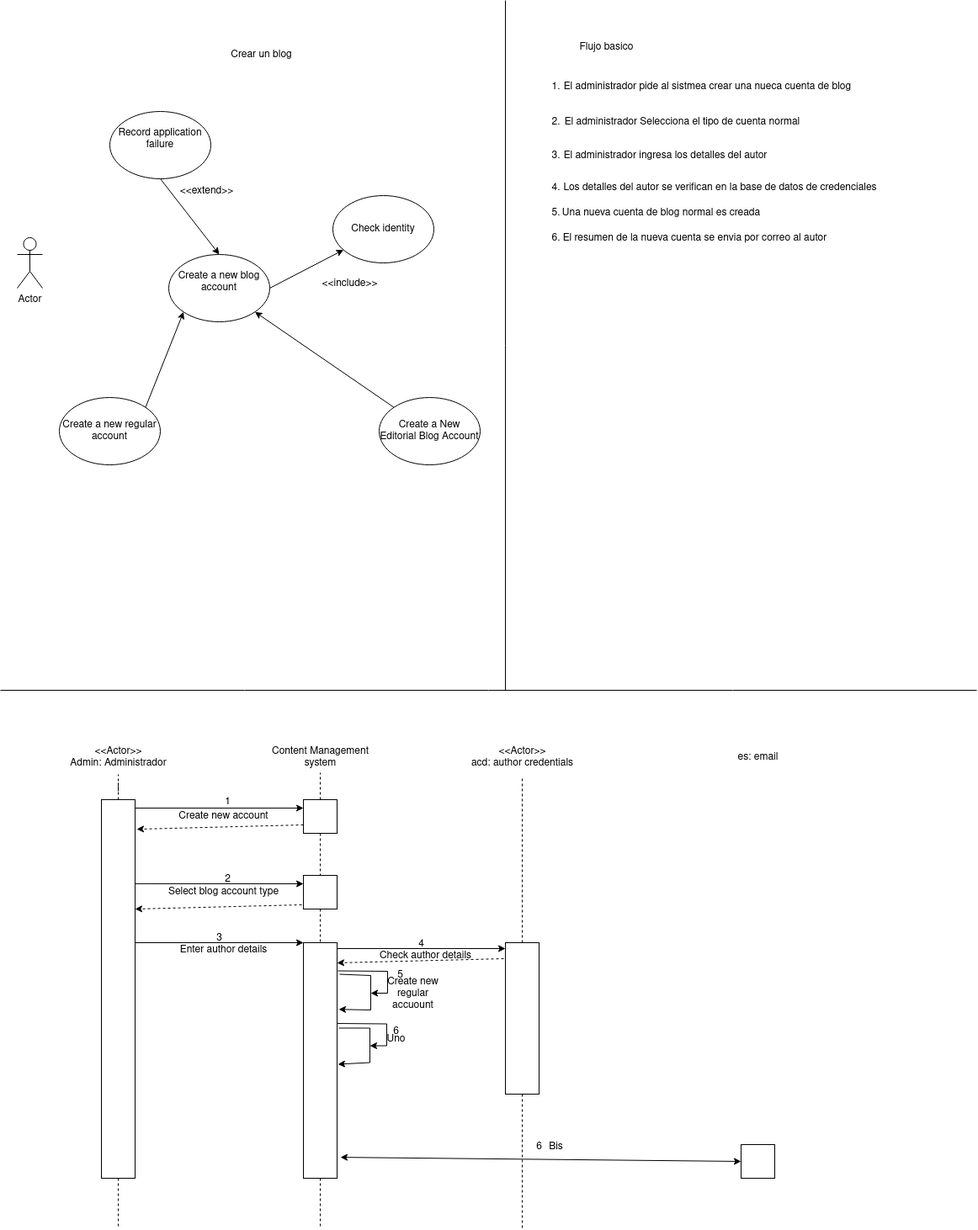
This is DSejemplo.drawio.png from GermanOjeda/Tarea-ETS, a draw.io export, as it was before one commit. Source tidied: cells renumbered, new cells last; positions are measured from the earlier drawing's top-left corner, leaving out a move shared by most shapes.
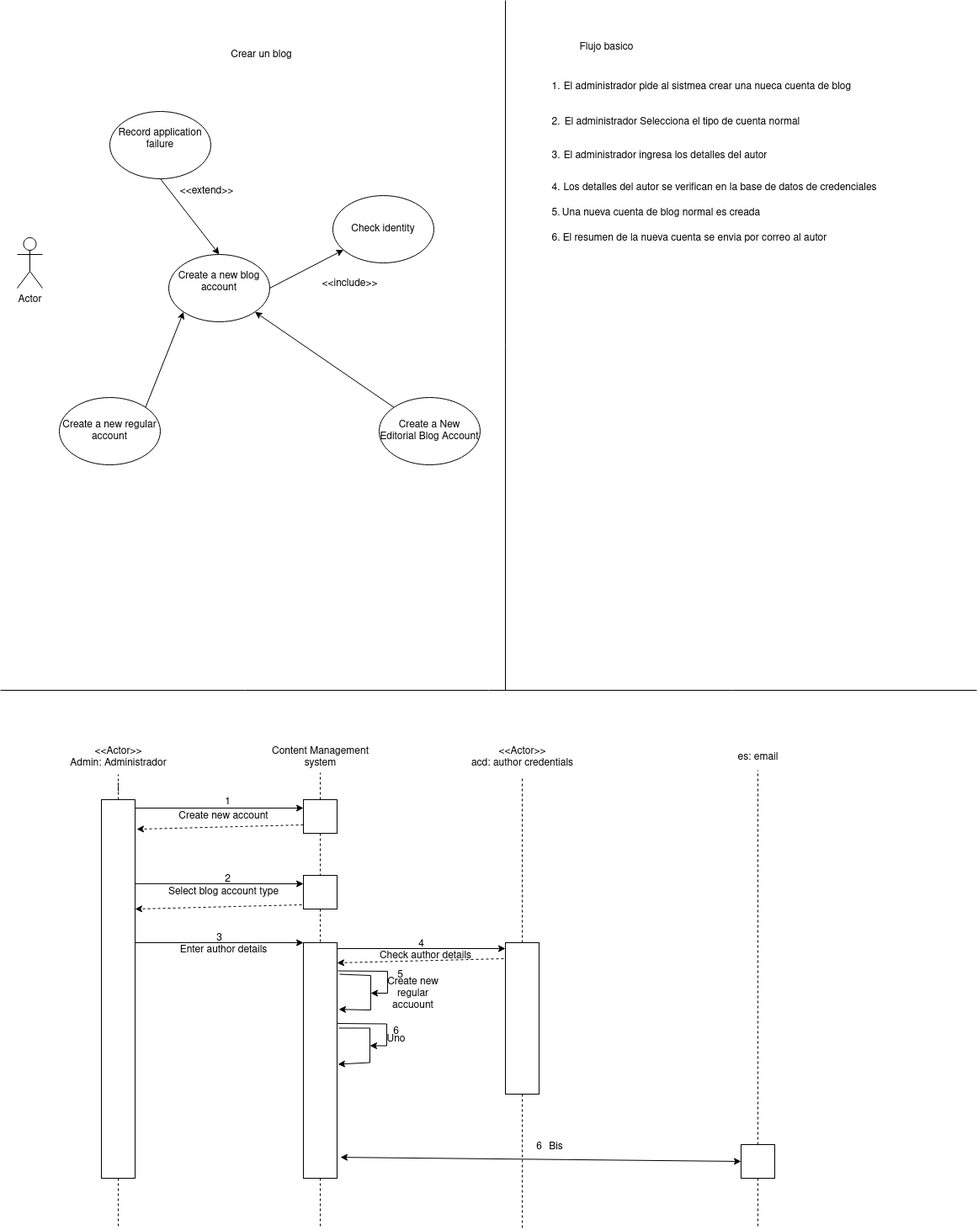
The same diagram one commit later.

What changed in the source:
```diff
@@ -252,6 +252,14 @@
     <mxCell id="67" value="&lt;div&gt;es: email&lt;/div&gt;" style="text;html=1;align=center;verticalAlign=middle;points=[];strokeColor=none;fillColor=none;" parent="1" vertex="1">
       <mxGeometry x="865" y="885" width="70" height="30" as="geometry" />
     </mxCell>
+    <mxCell id="74" style="edgeStyle=orthogonalEdgeStyle;rounded=0;jettySize=auto;html=1;exitX=0.5;exitY=0;exitDx=0;exitDy=0;dashed=1;endArrow=none;endFill=0;" parent="1" edge="1" source="68" target="67">
+      <mxGeometry relative="1" as="geometry" />
+    </mxCell>
+    <mxCell id="75" style="edgeStyle=orthogonalEdgeStyle;rounded=0;jettySize=auto;html=1;exitX=0.5;exitY=1;exitDx=0;exitDy=0;endArrow=none;endFill=0;dashed=1;" parent="1" edge="1" source="68">
+      <mxGeometry relative="1" as="geometry">
+        <mxPoint x="900" y="1460" as="targetPoint" />
+      </mxGeometry>
+    </mxCell>
     <mxCell id="68" style="rounded=0;whiteSpace=wrap;html=1;" parent="1" vertex="1">
       <mxGeometry x="880" y="1360" width="40" height="40" as="geometry" />
     </mxCell>
```
